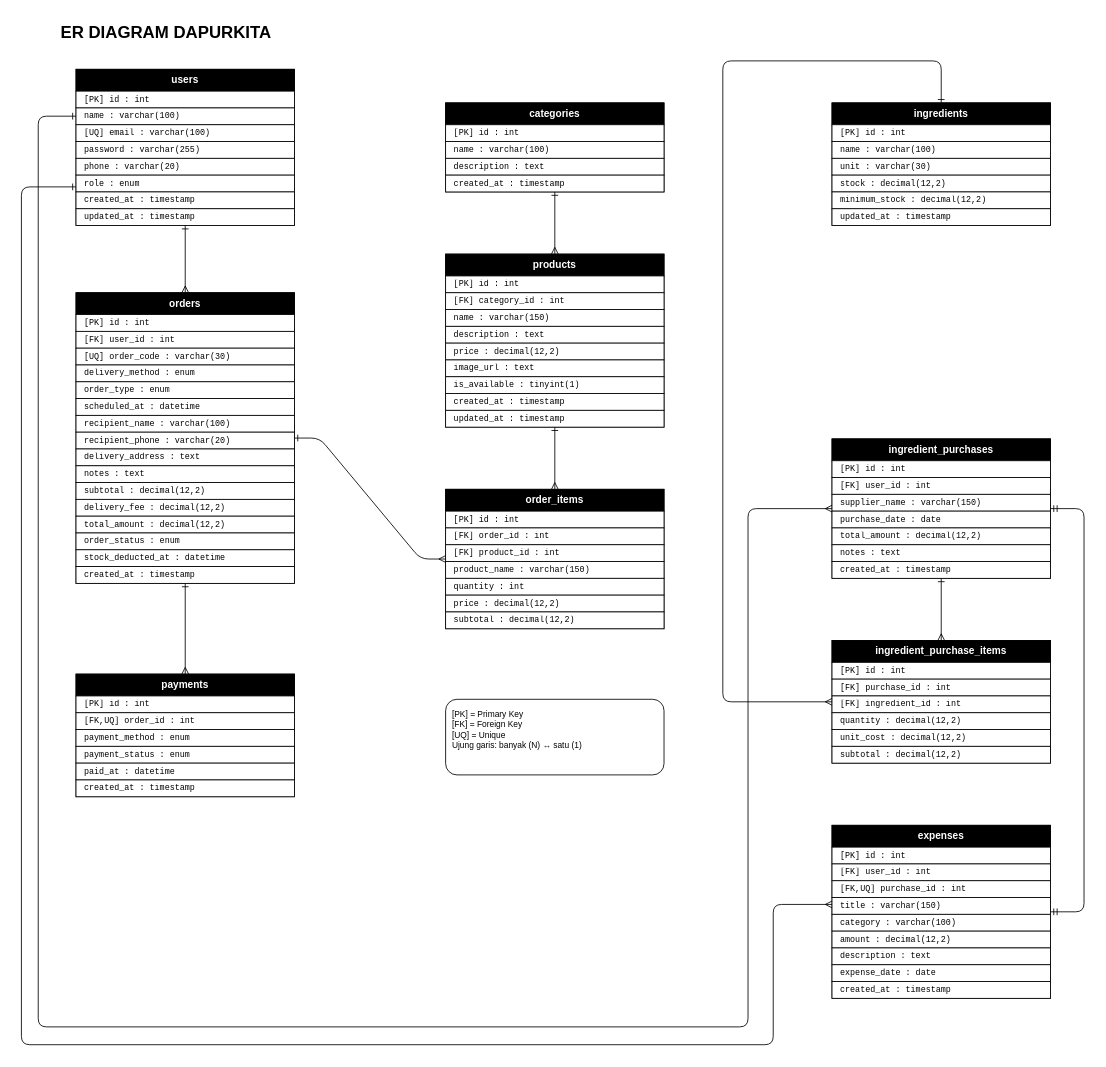
Earlier version of the draw.io diagram Backend/erd/ERD_DapurKita.drawio (mieayamkeccap/dapurkita). Source tidied: cells renumbered, new cells numbered last; positions are measured from the earlier drawing's top-left corner, leaving out a move shared by most shapes. Both pictures are drawn from the tidied source at 84%, with x=0, y=0 at pixel (21, 14).
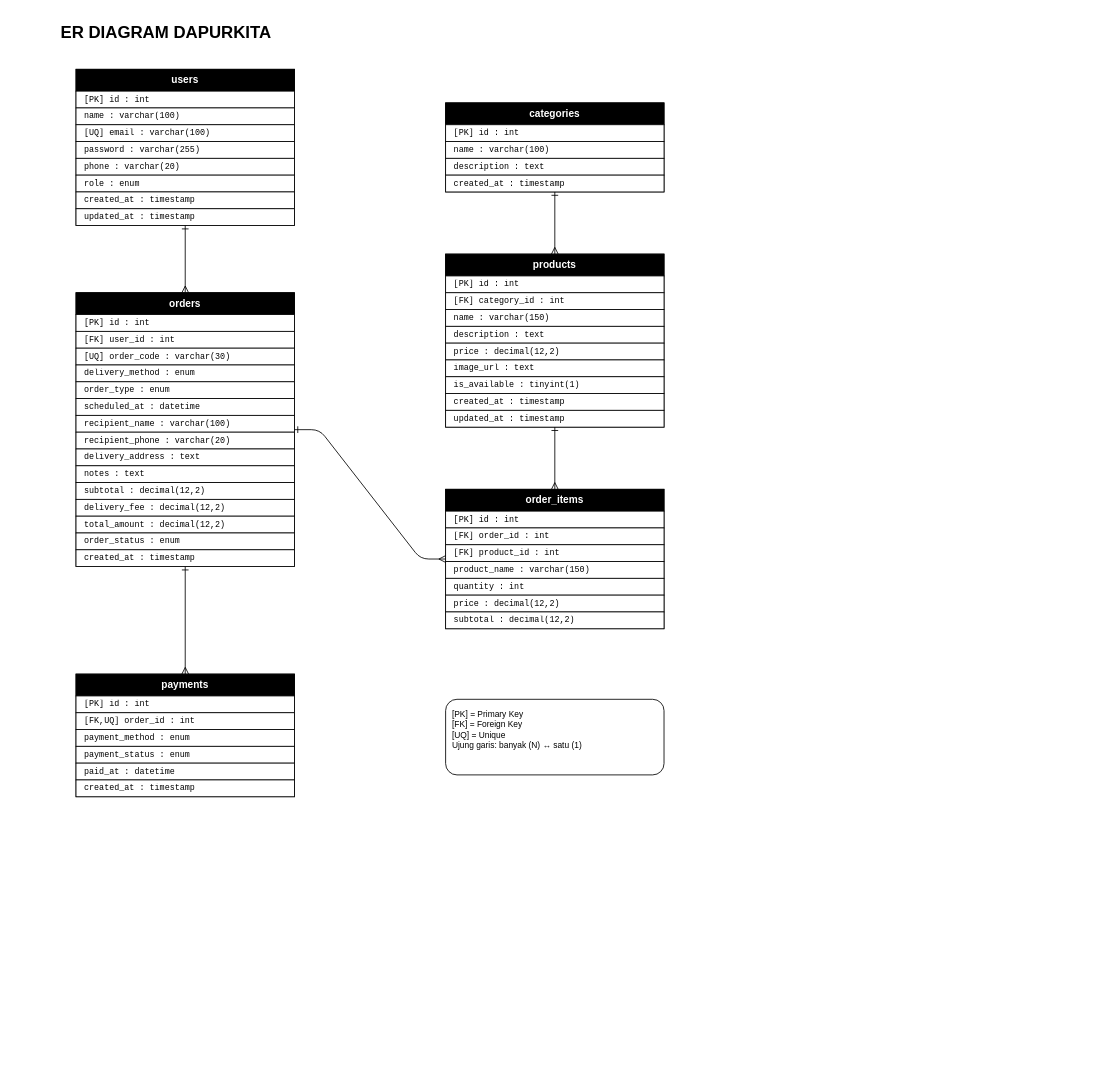
Above is the later version.

Unchanged cells that the change refers to:
```xml
<mxCell id="3" style="group;fillColor=#FFFFFF;strokeColor=#000000;" parent="1" vertex="1">
  <mxGeometry x="65" y="65" width="260" height="186" as="geometry" />
</mxCell>
```

The edit, as a diff of the source:
```diff
@@
     <mxCell id="30" style="group;fillColor=#FFFFFF;strokeColor=#000000;" parent="1" vertex="1">
-      <mxGeometry x="65" y="331" width="260" height="346" as="geometry" />
+      <mxGeometry x="65" y="331" width="260" height="326" as="geometry" />
     </mxCell>
@@
-    <mxCell id="46" value="stock_deducted_at : datetime" style="rounded=0;whiteSpace=wrap;html=1;fillColor=#FFFFFF;strokeColor=#000000;fontColor=#000000;fontSize=10;fontFamily=Courier New;align=left;verticalAlign=middle;spacingLeft=8;spacingRight=4;overflow=hidden;" parent="30" vertex="1">
-      <mxGeometry y="306" width="260" height="20" as="geometry" />
-    </mxCell>
-    <mxCell id="47" value="created_at : timestamp" style="rounded=0;whiteSpace=wrap;html=1;fillColor=#FFFFFF;strokeColor=#000000;fontColor=#000000;fontSize=10;fontFamily=Courier New;align=left;verticalAlign=middle;spacingLeft=8;spacingRight=4;overflow=hidden;" parent="30" vertex="1">
-      <mxGeometry y="326" width="260" height="20" as="geometry" />
-    </mxCell>
+    <mxCell id="112" value="created_at : timestamp" style="rounded=0;whiteSpace=wrap;html=1;fillColor=#FFFFFF;strokeColor=#000000;fontColor=#000000;fontSize=10;fontFamily=Courier New;align=left;verticalAlign=middle;spacingLeft=8;spacingRight=4;overflow=hidden;" parent="30" vertex="1">
+      <mxGeometry y="306" width="260" height="20" as="geometry" />
+    </mxCell>
@@
-    <mxCell id="65" style="group;fillColor=#FFFFFF;strokeColor=#000000;" parent="1" vertex="1">
-      <mxGeometry x="965" y="105" width="260" height="146" as="geometry" />
-    </mxCell>
-    <mxCell id="66" value="ingredients" style="rounded=0;whiteSpace=wrap;html=1;fillColor=#000000;strokeColor=#000000;fontColor=#FFFFFF;fontSize=12;fontStyle=1;fontFamily=Helvetica;align=center;verticalAlign=middle;" parent="65" vertex="1">
-      <mxGeometry width="260" height="26" as="geometry" />
-    </mxCell>
-    <mxCell id="67" value="[PK]  id : int" style="rounded=0;whiteSpace=wrap;html=1;fillColor=#FFFFFF;strokeColor=#000000;fontColor=#000000;fontSize=10;fontFamily=Courier New;align=left;verticalAlign=middle;spacingLeft=8;spacingRight=4;overflow=hidden;" parent="65" vertex="1">
-      <mxGeometry y="26" width="260" height="20" as="geometry" />
-    </mxCell>
-    <mxCell id="68" value="name : varchar(100)" style="rounded=0;whiteSpace=wrap;html=1;fillColor=#FFFFFF;strokeColor=#000000;fontColor=#000000;fontSize=10;fontFamily=Courier New;align=left;verticalAlign=middle;spacingLeft=8;spacingRight=4;overflow=hidden;" parent="65" vertex="1">
-      <mxGeometry y="46" width="260" height="20" as="geometry" />
-    </mxCell>
-    <mxCell id="69" value="unit : varchar(30)" style="rounded=0;whiteSpace=wrap;html=1;fillColor=#FFFFFF;strokeColor=#000000;fontColor=#000000;fontSize=10;fontFamily=Courier New;align=left;verticalAlign=middle;spacingLeft=8;spacingRight=4;overflow=hidden;" parent="65" vertex="1">
-      <mxGeometry y="66" width="260" height="20" as="geometry" />
-    </mxCell>
-    <mxCell id="70" value="stock : decimal(12,2)" style="rounded=0;whiteSpace=wrap;html=1;fillColor=#FFFFFF;strokeColor=#000000;fontColor=#000000;fontSize=10;fontFamily=Courier New;align=left;verticalAlign=middle;spacingLeft=8;spacingRight=4;overflow=hidden;" parent="65" vertex="1">
-      <mxGeometry y="86" width="260" height="20" as="geometry" />
-    </mxCell>
-    <mxCell id="71" value="minimum_stock : decimal(12,2)" style="rounded=0;whiteSpace=wrap;html=1;fillColor=#FFFFFF;strokeColor=#000000;fontColor=#000000;fontSize=10;fontFamily=Courier New;align=left;verticalAlign=middle;spacingLeft=8;spacingRight=4;overflow=hidden;" parent="65" vertex="1">
-      <mxGeometry y="106" width="260" height="20" as="geometry" />
-    </mxCell>
-    <mxCell id="72" value="updated_at : timestamp" style="rounded=0;whiteSpace=wrap;html=1;fillColor=#FFFFFF;strokeColor=#000000;fontColor=#000000;fontSize=10;fontFamily=Courier New;align=left;verticalAlign=middle;spacingLeft=8;spacingRight=4;overflow=hidden;" parent="65" vertex="1">
-      <mxGeometry y="126" width="260" height="20" as="geometry" />
-    </mxCell>
-    <mxCell id="73" style="group;fillColor=#FFFFFF;strokeColor=#000000;" parent="1" vertex="1">
-      <mxGeometry x="965" y="505" width="260" height="166" as="geometry" />
-    </mxCell>
-    <mxCell id="74" value="ingredient_purchases" style="rounded=0;whiteSpace=wrap;html=1;fillColor=#000000;strokeColor=#000000;fontColor=#FFFFFF;fontSize=12;fontStyle=1;fontFamily=Helvetica;align=center;verticalAlign=middle;" parent="73" vertex="1">
-      <mxGeometry width="260" height="26" as="geometry" />
-    </mxCell>
-    <mxCell id="75" value="[PK]  id : int" style="rounded=0;whiteSpace=wrap;html=1;fillColor=#FFFFFF;strokeColor=#000000;fontColor=#000000;fontSize=10;fontFamily=Courier New;align=left;verticalAlign=middle;spacingLeft=8;spacingRight=4;overflow=hidden;" parent="73" vertex="1">
-      <mxGeometry y="26" width="260" height="20" as="geometry" />
-    </mxCell>
-    <mxCell id="76" value="[FK]  user_id : int" style="rounded=0;whiteSpace=wrap;html=1;fillColor=#FFFFFF;strokeColor=#000000;fontColor=#000000;fontSize=10;fontFamily=Courier New;align=left;verticalAlign=middle;spacingLeft=8;spacingRight=4;overflow=hidden;" parent="73" vertex="1">
-      <mxGeometry y="46" width="260" height="20" as="geometry" />
-    </mxCell>
-    <mxCell id="77" value="supplier_name : varchar(150)" style="rounded=0;whiteSpace=wrap;html=1;fillColor=#FFFFFF;strokeColor=#000000;fontColor=#000000;fontSize=10;fontFamily=Courier New;align=left;verticalAlign=middle;spacingLeft=8;spacingRight=4;overflow=hidden;" parent="73" vertex="1">
-      <mxGeometry y="66" width="260" height="20" as="geometry" />
-    </mxCell>
-    <mxCell id="78" value="purchase_date : date" style="rounded=0;whiteSpace=wrap;html=1;fillColor=#FFFFFF;strokeColor=#000000;fontColor=#000000;fontSize=10;fontFamily=Courier New;align=left;verticalAlign=middle;spacingLeft=8;spacingRight=4;overflow=hidden;" parent="73" vertex="1">
-      <mxGeometry y="86" width="260" height="20" as="geometry" />
-    </mxCell>
-    <mxCell id="79" value="total_amount : decimal(12,2)" style="rounded=0;whiteSpace=wrap;html=1;fillColor=#FFFFFF;strokeColor=#000000;fontColor=#000000;fontSize=10;fontFamily=Courier New;align=left;verticalAlign=middle;spacingLeft=8;spacingRight=4;overflow=hidden;" parent="73" vertex="1">
-      <mxGeometry y="106" width="260" height="20" as="geometry" />
-    </mxCell>
-    <mxCell id="80" value="notes : text" style="rounded=0;whiteSpace=wrap;html=1;fillColor=#FFFFFF;strokeColor=#000000;fontColor=#000000;fontSize=10;fontFamily=Courier New;align=left;verticalAlign=middle;spacingLeft=8;spacingRight=4;overflow=hidden;" parent="73" vertex="1">
-      <mxGeometry y="126" width="260" height="20" as="geometry" />
-    </mxCell>
-    <mxCell id="81" value="created_at : timestamp" style="rounded=0;whiteSpace=wrap;html=1;fillColor=#FFFFFF;strokeColor=#000000;fontColor=#000000;fontSize=10;fontFamily=Courier New;align=left;verticalAlign=middle;spacingLeft=8;spacingRight=4;overflow=hidden;" parent="73" vertex="1">
-      <mxGeometry y="146" width="260" height="20" as="geometry" />
-    </mxCell>
-    <mxCell id="82" style="group;fillColor=#FFFFFF;strokeColor=#000000;" parent="1" vertex="1">
-      <mxGeometry x="965" y="745" width="260" height="146" as="geometry" />
-    </mxCell>
-    <mxCell id="83" value="ingredient_purchase_items" style="rounded=0;whiteSpace=wrap;html=1;fillColor=#000000;strokeColor=#000000;fontColor=#FFFFFF;fontSize=12;fontStyle=1;fontFamily=Helvetica;align=center;verticalAlign=middle;" parent="82" vertex="1">
-      <mxGeometry width="260" height="26" as="geometry" />
-    </mxCell>
-    <mxCell id="84" value="[PK]  id : int" style="rounded=0;whiteSpace=wrap;html=1;fillColor=#FFFFFF;strokeColor=#000000;fontColor=#000000;fontSize=10;fontFamily=Courier New;align=left;verticalAlign=middle;spacingLeft=8;spacingRight=4;overflow=hidden;" parent="82" vertex="1">
-      <mxGeometry y="26" width="260" height="20" as="geometry" />
-    </mxCell>
-    <mxCell id="85" value="[FK]  purchase_id : int" style="rounded=0;whiteSpace=wrap;html=1;fillColor=#FFFFFF;strokeColor=#000000;fontColor=#000000;fontSize=10;fontFamily=Courier New;align=left;verticalAlign=middle;spacingLeft=8;spacingRight=4;overflow=hidden;" parent="82" vertex="1">
-      <mxGeometry y="46" width="260" height="20" as="geometry" />
-    </mxCell>
-    <mxCell id="86" value="[FK]  ingredient_id : int" style="rounded=0;whiteSpace=wrap;html=1;fillColor=#FFFFFF;strokeColor=#000000;fontColor=#000000;fontSize=10;fontFamily=Courier New;align=left;verticalAlign=middle;spacingLeft=8;spacingRight=4;overflow=hidden;" parent="82" vertex="1">
-      <mxGeometry y="66" width="260" height="20" as="geometry" />
-    </mxCell>
-    <mxCell id="87" value="quantity : decimal(12,2)" style="rounded=0;whiteSpace=wrap;html=1;fillColor=#FFFFFF;strokeColor=#000000;fontColor=#000000;fontSize=10;fontFamily=Courier New;align=left;verticalAlign=middle;spacingLeft=8;spacingRight=4;overflow=hidden;" parent="82" vertex="1">
-      <mxGeometry y="86" width="260" height="20" as="geometry" />
-    </mxCell>
-    <mxCell id="88" value="unit_cost : decimal(12,2)" style="rounded=0;whiteSpace=wrap;html=1;fillColor=#FFFFFF;strokeColor=#000000;fontColor=#000000;fontSize=10;fontFamily=Courier New;align=left;verticalAlign=middle;spacingLeft=8;spacingRight=4;overflow=hidden;" parent="82" vertex="1">
-      <mxGeometry y="106" width="260" height="20" as="geometry" />
-    </mxCell>
-    <mxCell id="89" value="subtotal : decimal(12,2)" style="rounded=0;whiteSpace=wrap;html=1;fillColor=#FFFFFF;strokeColor=#000000;fontColor=#000000;fontSize=10;fontFamily=Courier New;align=left;verticalAlign=middle;spacingLeft=8;spacingRight=4;overflow=hidden;" parent="82" vertex="1">
-      <mxGeometry y="126" width="260" height="20" as="geometry" />
-    </mxCell>
-    <mxCell id="90" style="group;fillColor=#FFFFFF;strokeColor=#000000;" parent="1" vertex="1">
-      <mxGeometry x="965" y="965" width="260" height="206" as="geometry" />
-    </mxCell>
-    <mxCell id="91" value="expenses" style="rounded=0;whiteSpace=wrap;html=1;fillColor=#000000;strokeColor=#000000;fontColor=#FFFFFF;fontSize=12;fontStyle=1;fontFamily=Helvetica;align=center;verticalAlign=middle;" parent="90" vertex="1">
-      <mxGeometry width="260" height="26" as="geometry" />
-    </mxCell>
-    <mxCell id="92" value="[PK]  id : int" style="rounded=0;whiteSpace=wrap;html=1;fillColor=#FFFFFF;strokeColor=#000000;fontColor=#000000;fontSize=10;fontFamily=Courier New;align=left;verticalAlign=middle;spacingLeft=8;spacingRight=4;overflow=hidden;" parent="90" vertex="1">
-      <mxGeometry y="26" width="260" height="20" as="geometry" />
-    </mxCell>
-    <mxCell id="93" value="[FK]  user_id : int" style="rounded=0;whiteSpace=wrap;html=1;fillColor=#FFFFFF;strokeColor=#000000;fontColor=#000000;fontSize=10;fontFamily=Courier New;align=left;verticalAlign=middle;spacingLeft=8;spacingRight=4;overflow=hidden;" parent="90" vertex="1">
-      <mxGeometry y="46" width="260" height="20" as="geometry" />
-    </mxCell>
-    <mxCell id="94" value="[FK,UQ]  purchase_id : int" style="rounded=0;whiteSpace=wrap;html=1;fillColor=#FFFFFF;strokeColor=#000000;fontColor=#000000;fontSize=10;fontFamily=Courier New;align=left;verticalAlign=middle;spacingLeft=8;spacingRight=4;overflow=hidden;" parent="90" vertex="1">
-      <mxGeometry y="66" width="260" height="20" as="geometry" />
-    </mxCell>
-    <mxCell id="95" value="title : varchar(150)" style="rounded=0;whiteSpace=wrap;html=1;fillColor=#FFFFFF;strokeColor=#000000;fontColor=#000000;fontSize=10;fontFamily=Courier New;align=left;verticalAlign=middle;spacingLeft=8;spacingRight=4;overflow=hidden;" parent="90" vertex="1">
-      <mxGeometry y="86" width="260" height="20" as="geometry" />
-    </mxCell>
-    <mxCell id="96" value="category : varchar(100)" style="rounded=0;whiteSpace=wrap;html=1;fillColor=#FFFFFF;strokeColor=#000000;fontColor=#000000;fontSize=10;fontFamily=Courier New;align=left;verticalAlign=middle;spacingLeft=8;spacingRight=4;overflow=hidden;" parent="90" vertex="1">
-      <mxGeometry y="106" width="260" height="20" as="geometry" />
-    </mxCell>
-    <mxCell id="97" value="amount : decimal(12,2)" style="rounded=0;whiteSpace=wrap;html=1;fillColor=#FFFFFF;strokeColor=#000000;fontColor=#000000;fontSize=10;fontFamily=Courier New;align=left;verticalAlign=middle;spacingLeft=8;spacingRight=4;overflow=hidden;" parent="90" vertex="1">
-      <mxGeometry y="126" width="260" height="20" as="geometry" />
-    </mxCell>
-    <mxCell id="98" value="description : text" style="rounded=0;whiteSpace=wrap;html=1;fillColor=#FFFFFF;strokeColor=#000000;fontColor=#000000;fontSize=10;fontFamily=Courier New;align=left;verticalAlign=middle;spacingLeft=8;spacingRight=4;overflow=hidden;" parent="90" vertex="1">
-      <mxGeometry y="146" width="260" height="20" as="geometry" />
-    </mxCell>
-    <mxCell id="99" value="expense_date : date" style="rounded=0;whiteSpace=wrap;html=1;fillColor=#FFFFFF;strokeColor=#000000;fontColor=#000000;fontSize=10;fontFamily=Courier New;align=left;verticalAlign=middle;spacingLeft=8;spacingRight=4;overflow=hidden;" parent="90" vertex="1">
-      <mxGeometry y="166" width="260" height="20" as="geometry" />
-    </mxCell>
-    <mxCell id="100" value="created_at : timestamp" style="rounded=0;whiteSpace=wrap;html=1;fillColor=#FFFFFF;strokeColor=#000000;fontColor=#000000;fontSize=10;fontFamily=Courier New;align=left;verticalAlign=middle;spacingLeft=8;spacingRight=4;overflow=hidden;" parent="90" vertex="1">
-      <mxGeometry y="186" width="260" height="20" as="geometry" />
-    </mxCell>
@@
-    <mxCell id="106" style="edgeStyle=orthogonalEdgeStyle;rounded=1;html=1;fontSize=9;fontColor=#000000;strokeColor=#000000;startArrow=ERmany;endArrow=ERone;startFill=0;endFill=0;exitX=0;exitY=0.5;exitDx=0;exitDy=0;entryX=0;entryY=0.3;entryDx=0;entryDy=0;" parent="1" edge="1" source="73" target="3">
-      <mxGeometry relative="1" as="geometry">
-        <Array as="points">
-          <mxPoint x="865" y="588" />
-          <mxPoint x="865" y="1205" />
-          <mxPoint x="20" y="1205" />
-          <mxPoint x="20" y="120.8" />
-        </Array>
-      </mxGeometry>
-    </mxCell>
-    <mxCell id="107" style="edgeStyle=orthogonalEdgeStyle;rounded=1;html=1;fontSize=9;fontColor=#000000;strokeColor=#000000;startArrow=ERmany;endArrow=ERone;startFill=0;endFill=0;exitX=0.5;exitY=0;exitDx=0;exitDy=0;entryX=0.5;entryY=1;entryDx=0;entryDy=0;" parent="1" edge="1" source="82" target="73">
-      <mxGeometry relative="1" as="geometry" />
-    </mxCell>
-    <mxCell id="108" style="edgeStyle=orthogonalEdgeStyle;rounded=1;html=1;fontSize=9;fontColor=#000000;strokeColor=#000000;startArrow=ERmany;endArrow=ERone;startFill=0;endFill=0;exitX=0;exitY=0.5;exitDx=0;exitDy=0;entryX=0.5;entryY=0;entryDx=0;entryDy=0;" parent="1" edge="1" source="82" target="65">
-      <mxGeometry relative="1" as="geometry">
-        <Array as="points">
-          <mxPoint x="835" y="818" />
-          <mxPoint x="835" y="55" />
-          <mxPoint x="1095" y="55" />
-        </Array>
-      </mxGeometry>
-    </mxCell>
-    <mxCell id="109" style="edgeStyle=orthogonalEdgeStyle;rounded=1;html=1;fontSize=9;fontColor=#000000;strokeColor=#000000;startArrow=ERmany;endArrow=ERone;startFill=0;endFill=0;exitX=0;exitY=0.5;exitDx=0;exitDy=0;entryX=0;entryY=0.8;entryDx=0;entryDy=0;" parent="1" edge="1">
-      <mxGeometry relative="1" as="geometry">
-        <mxPoint x="965" y="1059.2" as="sourcePoint" />
-        <mxPoint x="65" y="205" as="targetPoint" />
-        <Array as="points">
-          <mxPoint x="895" y="1059.2" />
-          <mxPoint x="895" y="1226.2" />
-          <mxPoint y="1226.2" />
-          <mxPoint y="205" />
-        </Array>
-      </mxGeometry>
-    </mxCell>
-    <mxCell id="110" style="edgeStyle=orthogonalEdgeStyle;rounded=1;html=1;fontSize=9;fontColor=#000000;strokeColor=#000000;startArrow=ERmandOne;endArrow=ERmandOne;startFill=0;endFill=0;exitX=1;exitY=0.5;exitDx=0;exitDy=0;entryX=1;entryY=0.5;entryDx=0;entryDy=0;" parent="1" edge="1" source="90" target="73">
-      <mxGeometry relative="1" as="geometry">
-        <Array as="points">
-          <mxPoint x="1265" y="1068" />
-          <mxPoint x="1265" y="588" />
-        </Array>
-      </mxGeometry>
-    </mxCell>
```
